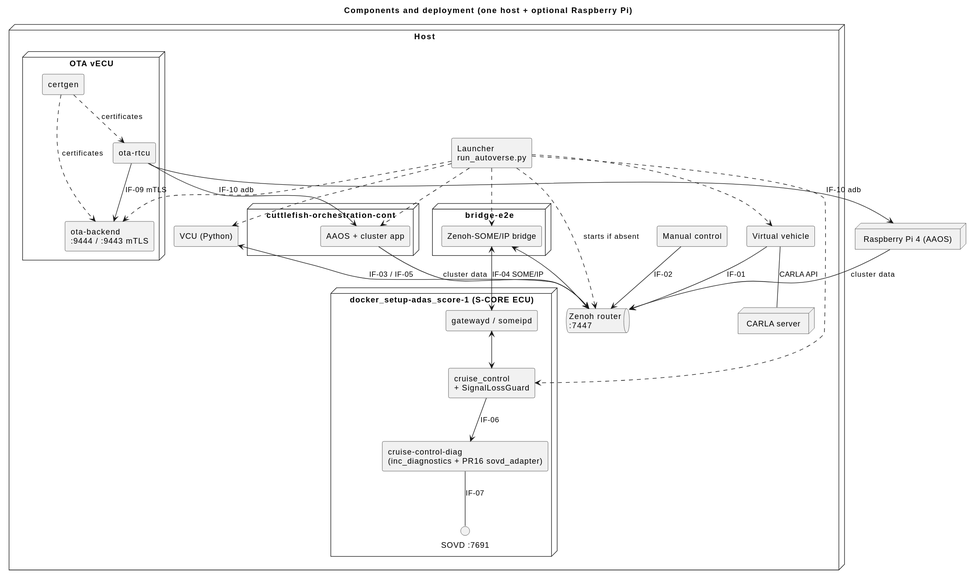
Eclipse-SDV-Hackathon-Chapter-Four/Thinking_CAPs keeps this PlantUML diagram as demo/X-Verse/aspice/swe2-architecture/diagrams/components.svg. Above is the earlier version.
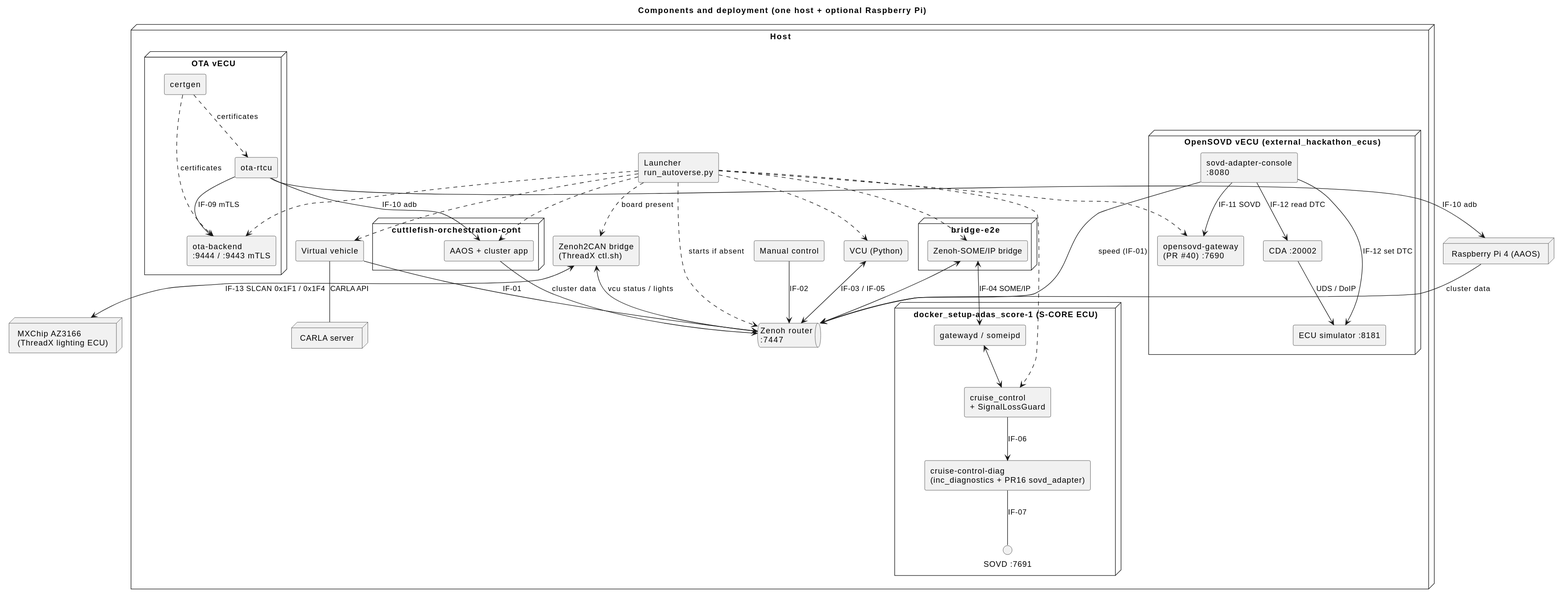
After the commit.

Change to the diagram source:
```diff
@@ -26,7 +26,15 @@
   node "cuttlefish-orchestration-cont" {
     component "AAOS + cluster app" as CF
   }
+  node "OpenSOVD vECU (external_hackathon_ecus)" {
+    component "opensovd-gateway\n(PR #40) :7690" as OG
+    component "sovd-adapter-console\n:8080" as CON
+    component "CDA :20002" as CDA
+    component "ECU simulator :8181" as SIM
+  }
+  component "Zenoh2CAN bridge\n(ThreadX ctl.sh)" as Z2C
 }
+node "MXChip AZ3166\n(ThreadX lighting ECU)" as AZ
 node "Raspberry Pi 4 (AAOS)" as PI
 L ..> Z : starts if absent
 L ..> VV
@@ -35,6 +43,8 @@
 L ..> CC
 L ..> BE
 L ..> CF
+L ..> OG
+L ..> Z2C : board present
 VV -- CS : CARLA API
 VV --> Z : IF-01
 MC --> Z : IF-02
@@ -51,4 +61,11 @@
 RTCU --> PI : IF-10 adb
 CF --> Z : cluster data
 PI --> Z : cluster data
+CON --> Z : speed (IF-01)
+CON --> OG : IF-11 SOVD
+CON --> SIM : IF-12 set DTC
+CON --> CDA : IF-12 read DTC
+CDA --> SIM : UDS / DoIP
+Z2C <--> Z : vcu status / lights
+Z2C <--> AZ : IF-13 SLCAN 0x1F1 / 0x1F4
 @enduml
```
